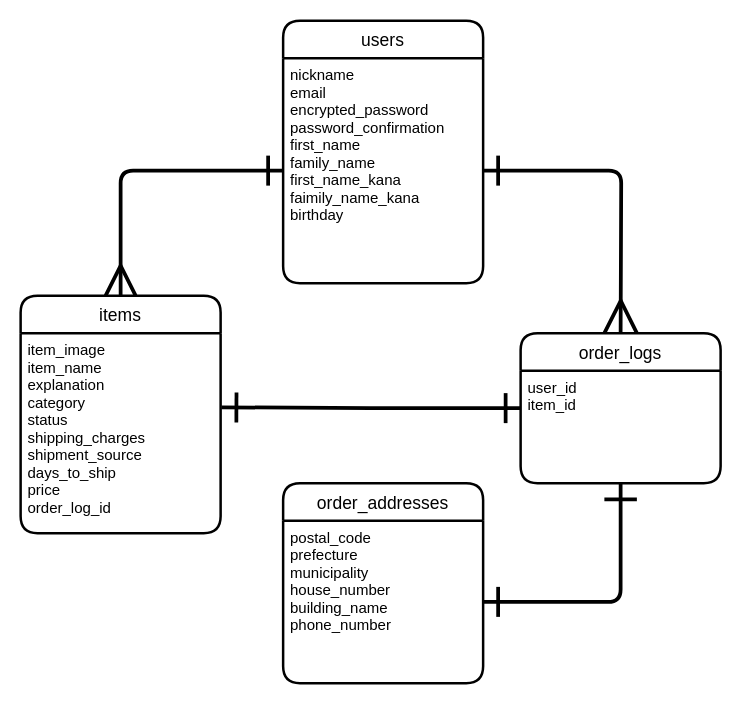
The draw.io diagram test.dio in Chang-Mori/furima-30980, before the edit. Source tidied: cells renumbered, new cells numbered last; positions are measured from the earlier drawing's top-left corner, leaving out a move shared by most shapes. Both pictures are drawn from the tidied source at 125%, with x=0, y=0 at pixel (20, 20).
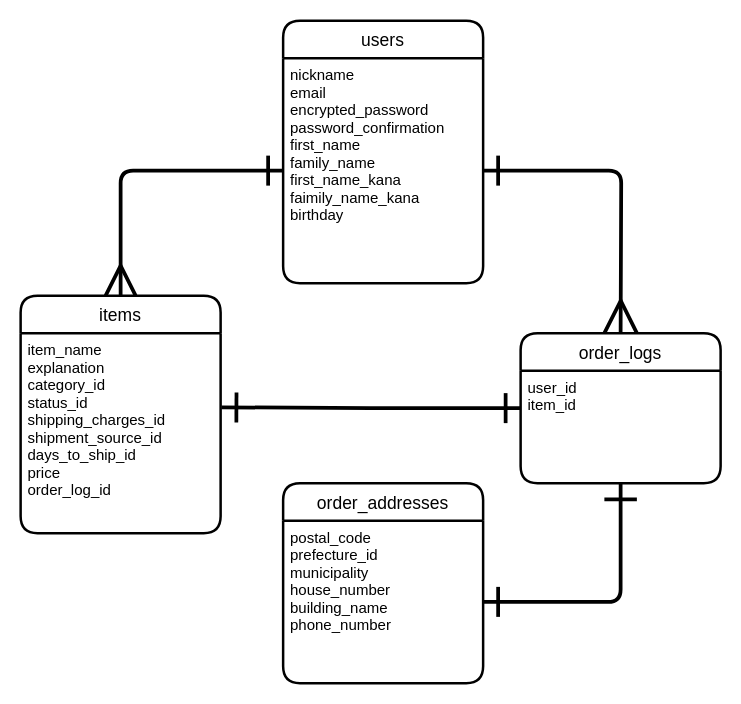
Above is the later version.

Commit message (it also covers changes not shown here):
README２回目の修正

Diff of the diagram source:
```diff
@@
 <mxGraphModel>
   <root>
     <mxCell id="0" />
     <mxCell id="1" parent="0" />
     <mxCell id="2" value="items" style="swimlane;horizontal=1;startSize=30;rounded=1;fontSize=14;fontStyle=0;strokeWidth=2;shadow=0;dashed=0;align=center;" parent="1" vertex="1">
       <mxGeometry y="220" width="160" height="190" as="geometry" />
     </mxCell>
-    <mxCell id="3" value="item_image&#10;item_name&#10;explanation&#10;category&#10;status&#10;shipping_charges&#10;shipment_source&#10;days_to_ship&#10;price&#10;order_log_id" style="align=left;strokeColor=none;fillColor=none;spacingLeft=4;fontSize=12;verticalAlign=top;" parent="2" vertex="1">
+    <mxCell id="3" value="item_name&#10;explanation&#10;category_id&#10;status_id&#10;shipping_charges_id&#10;shipment_source_id&#10;days_to_ship_id&#10;price&#10;order_log_id" style="align=left;strokeColor=none;fillColor=none;spacingLeft=4;fontSize=12;verticalAlign=top;" parent="2" vertex="1">
       <mxGeometry y="30" width="160" height="160" as="geometry" />
     </mxCell>
     <mxCell id="4" style="edgeStyle=orthogonalEdgeStyle;rounded=1;jettySize=auto;html=1;entryX=0.5;entryY=0;entryDx=0;entryDy=0;startArrow=ERone;startFill=0;startSize=20;endArrow=ERmany;endFill=0;endSize=20;strokeWidth=3;" parent="1" edge="1" source="12" target="2">
       <mxGeometry relative="1" as="geometry" />
     </mxCell>
     <mxCell id="5" value="order_addresses" style="swimlane;horizontal=1;startSize=30;rounded=1;fontSize=14;fontStyle=0;strokeWidth=2;shadow=0;dashed=0;align=center;" parent="1" vertex="1">
       <mxGeometry x="210" y="370" width="160" height="160" as="geometry" />
     </mxCell>
-    <mxCell id="6" value="postal_code&#10;prefecture&#10;municipality&#10;house_number&#10;building_name&#10;phone_number" style="align=left;strokeColor=none;fillColor=none;spacingLeft=4;fontSize=12;verticalAlign=top;" parent="5" vertex="1">
+    <mxCell id="6" value="postal_code&#10;prefecture_id&#10;municipality&#10;house_number&#10;building_name&#10;phone_number" style="align=left;strokeColor=none;fillColor=none;spacingLeft=4;fontSize=12;verticalAlign=top;" parent="5" vertex="1">
       <mxGeometry y="30" width="160" height="130" as="geometry" />
     </mxCell>
     <mxCell id="7" style="edgeStyle=orthogonalEdgeStyle;rounded=0;jettySize=auto;html=1;exitX=0;exitY=0.5;exitDx=0;exitDy=0;entryX=1.004;entryY=0.371;entryDx=0;entryDy=0;entryPerimeter=0;endArrow=ERone;endFill=0;startArrow=ERone;startFill=0;strokeWidth=3;targetPerimeterSpacing=1;sourcePerimeterSpacing=2;startSize=20;endSize=20;" parent="1" edge="1" source="8" target="3">
       <mxGeometry relative="1" as="geometry" />
     </mxCell>
     <mxCell id="8" value="order_logs" style="swimlane;horizontal=1;startSize=30;rounded=1;fontSize=14;fontStyle=0;strokeWidth=2;shadow=0;dashed=0;align=center;" parent="1" vertex="1">
       <mxGeometry x="400" y="250" width="160" height="120" as="geometry" />
     </mxCell>
     <mxCell id="9" value="user_id&#10;item_id&#10;" style="align=left;strokeColor=none;fillColor=none;spacingLeft=4;fontSize=12;verticalAlign=top;" parent="8" vertex="1">
       <mxGeometry y="30" width="160" height="90" as="geometry" />
     </mxCell>
     <mxCell id="10" style="edgeStyle=orthogonalEdgeStyle;jettySize=auto;html=1;entryX=0.5;entryY=0;entryDx=0;entryDy=0;endArrow=ERmany;endFill=0;rounded=1;startArrow=ERone;startFill=0;endSize=22;startSize=20;exitX=1;exitY=0.5;exitDx=0;exitDy=0;strokeWidth=3;" parent="8" edge="1" source="12">
       <mxGeometry relative="1" as="geometry">
         <mxPoint x="80" as="targetPoint" />
       </mxGeometry>
     </mxCell>
     <mxCell id="11" value="users" style="swimlane;horizontal=1;startSize=30;rounded=1;fontSize=14;fontStyle=0;strokeWidth=2;shadow=0;dashed=0;align=center;" parent="1" vertex="1">
       <mxGeometry x="210" width="160" height="210" as="geometry" />
     </mxCell>
     <mxCell id="12" value="nickname&#10;email&#10;encrypted_password&#10;password_confirmation&#10;first_name&#10;family_name&#10;first_name_kana&#10;faimily_name_kana&#10;birthday&#10;" style="align=left;strokeColor=none;fillColor=none;spacingLeft=4;fontSize=12;verticalAlign=top;" parent="11" vertex="1">
       <mxGeometry y="30" width="160" height="180" as="geometry" />
     </mxCell>
     <mxCell id="13" style="edgeStyle=orthogonalEdgeStyle;jettySize=auto;html=1;endArrow=ERone;endFill=0;rounded=1;startArrow=ERone;startFill=0;endSize=22;startSize=20;strokeWidth=3;entryX=0.5;entryY=1;entryDx=0;entryDy=0;" parent="1" edge="1" source="6" target="9">
       <mxGeometry relative="1" as="geometry" />
     </mxCell>
   </root>
 </mxGraphModel>
```
